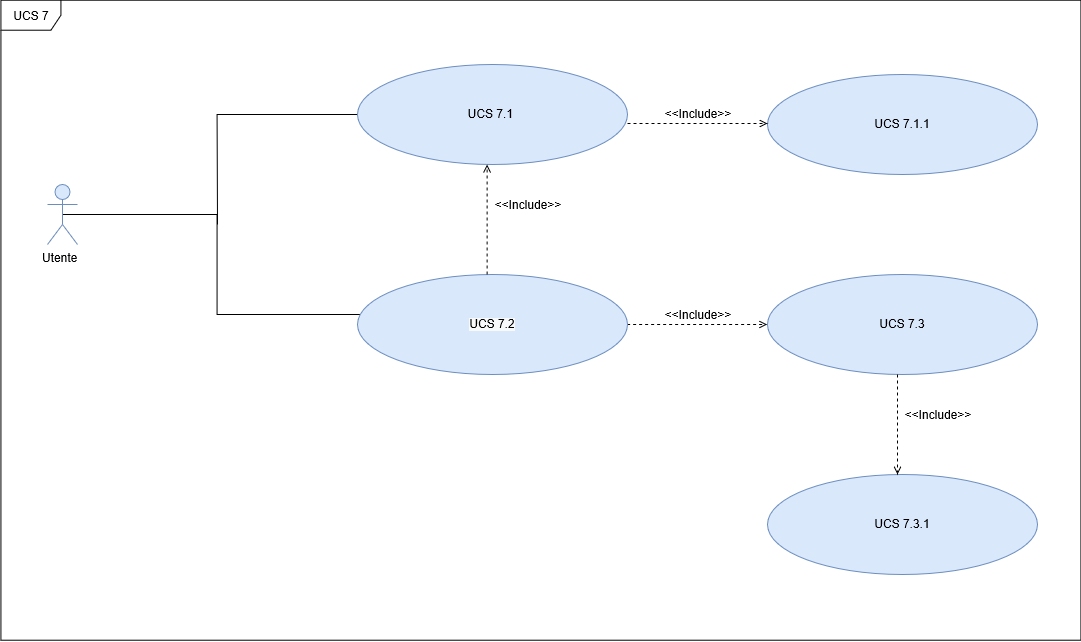
This is DocumentazioneEsterna/AnalisiRequisiti/sezioni/UseCase/Immagini/UCS7.png from qb-team/Stalker-Documentazione, a draw.io export, as it was before one commit. Source tidied: cells renumbered, new cells last; positions are measured from the earlier drawing's top-left corner, leaving out a move shared by most shapes. Its diagram source:
```xml
<mxGraphModel background="#ffffff">
  <root>
    <mxCell id="0" />
    <mxCell id="1" parent="0" />
    <mxCell id="2" value="UCS 7" style="shape=umlFrame;whiteSpace=wrap;html=1;" parent="1" vertex="1">
      <mxGeometry x="0.4" y="-0.3" width="1080" height="640" as="geometry" />
    </mxCell>
    <mxCell id="3" style="edgeStyle=orthogonalEdgeStyle;rounded=0;jettySize=auto;html=1;exitX=0.5;exitY=0.5;exitDx=0;exitDy=0;exitPerimeter=0;endArrow=none;endFill=0;" parent="1" edge="1" source="4" target="8">
      <mxGeometry relative="1" as="geometry">
        <Array as="points">
          <mxPoint x="217" y="214" />
          <mxPoint x="217" y="314" />
        </Array>
      </mxGeometry>
    </mxCell>
    <mxCell id="4" value="Utente&amp;nbsp;" style="shape=umlActor;verticalLabelPosition=bottom;labelBackgroundColor=#ffffff;verticalAlign=top;html=1;fillColor=#dae8fc;strokeColor=#6c8ebf;" parent="1" vertex="1">
      <mxGeometry x="47" y="184" width="30" height="60" as="geometry" />
    </mxCell>
    <mxCell id="5" style="edgeStyle=orthogonalEdgeStyle;rounded=0;jettySize=auto;html=1;exitX=0;exitY=0.5;exitDx=0;exitDy=0;endArrow=none;endFill=0;" parent="1" edge="1" source="6">
      <mxGeometry relative="1" as="geometry">
        <mxPoint x="217" y="224" as="targetPoint" />
      </mxGeometry>
    </mxCell>
    <mxCell id="6" value="UCS 7.1&amp;nbsp;" style="ellipse;whiteSpace=wrap;html=1;fillColor=#dae8fc;strokeColor=#6c8ebf;" parent="1" vertex="1">
      <mxGeometry x="357" y="64" width="270" height="100" as="geometry" />
    </mxCell>
    <mxCell id="7" style="edgeStyle=orthogonalEdgeStyle;rounded=0;jettySize=auto;html=1;exitX=1;exitY=0.5;exitDx=0;exitDy=0;entryX=0;entryY=0.5;entryDx=0;entryDy=0;dashed=1;startArrow=none;startFill=0;endArrow=open;endFill=0;" parent="1" edge="1" source="8" target="10">
      <mxGeometry relative="1" as="geometry" />
    </mxCell>
    <mxCell id="8" value="&lt;span style=&quot;display: inline ; float: none ; background-color: rgb(248 , 249 , 250) ; color: rgb(0 , 0 , 0) ; font-family: &amp;#34;helvetica&amp;#34; ; font-size: 12px ; font-style: normal ; font-variant: normal ; font-weight: normal ; letter-spacing: normal ; line-height: 1.2 ; overflow-wrap: normal ; text-align: center ; text-decoration: none ; text-indent: 0px ; text-transform: none ; white-space: normal ; word-spacing: 0px&quot;&gt;UCS 7.2&lt;/span&gt;" style="ellipse;whiteSpace=wrap;html=1;fillColor=#dae8fc;strokeColor=#6c8ebf;" parent="1" vertex="1">
      <mxGeometry x="357" y="274" width="270" height="100" as="geometry" />
    </mxCell>
    <mxCell id="9" value="UCS 7.1.1" style="ellipse;whiteSpace=wrap;html=1;fillColor=#dae8fc;strokeColor=#6c8ebf;" parent="1" vertex="1">
      <mxGeometry x="767" y="74" width="270" height="100" as="geometry" />
    </mxCell>
    <mxCell id="10" value="UCS 7.3" style="ellipse;whiteSpace=wrap;html=1;fillColor=#dae8fc;strokeColor=#6c8ebf;" parent="1" vertex="1">
      <mxGeometry x="767" y="274" width="270" height="100" as="geometry" />
    </mxCell>
    <mxCell id="11" value="&amp;lt;&amp;lt;Include&amp;gt;&amp;gt;" style="text;html=1;strokeColor=none;fillColor=none;align=center;verticalAlign=middle;whiteSpace=wrap;rounded=0;" parent="1" vertex="1">
      <mxGeometry x="677" y="304" width="40" height="20" as="geometry" />
    </mxCell>
    <mxCell id="12" value="UCS 7.3.1" style="ellipse;whiteSpace=wrap;html=1;fillColor=#dae8fc;strokeColor=#6c8ebf;" parent="1" vertex="1">
      <mxGeometry x="767" y="474" width="270" height="100" as="geometry" />
    </mxCell>
    <mxCell id="13" style="edgeStyle=orthogonalEdgeStyle;rounded=0;orthogonalLoop=1;jettySize=auto;html=1;exitX=1;exitY=0.5;exitDx=0;exitDy=0;entryX=0;entryY=0.5;entryDx=0;entryDy=0;dashed=1;startArrow=none;startFill=0;endArrow=open;endFill=0;" parent="1" edge="1">
      <mxGeometry relative="1" as="geometry">
        <mxPoint x="627" y="123" as="sourcePoint" />
        <mxPoint x="767" y="123" as="targetPoint" />
      </mxGeometry>
    </mxCell>
    <mxCell id="14" value="&amp;lt;&amp;lt;Include&amp;gt;&amp;gt;" style="text;html=1;strokeColor=none;fillColor=none;align=center;verticalAlign=middle;whiteSpace=wrap;rounded=0;" parent="1" vertex="1">
      <mxGeometry x="677" y="103" width="40" height="20" as="geometry" />
    </mxCell>
    <mxCell id="15" style="edgeStyle=orthogonalEdgeStyle;rounded=0;orthogonalLoop=1;jettySize=auto;html=1;exitX=1;exitY=0.5;exitDx=0;exitDy=0;dashed=1;startArrow=none;startFill=0;endArrow=open;endFill=0;" parent="1" edge="1">
      <mxGeometry relative="1" as="geometry">
        <mxPoint x="897" y="374" as="sourcePoint" />
        <mxPoint x="897" y="474" as="targetPoint" />
      </mxGeometry>
    </mxCell>
    <mxCell id="16" value="&amp;lt;&amp;lt;Include&amp;gt;&amp;gt;" style="text;html=1;strokeColor=none;fillColor=none;align=center;verticalAlign=middle;whiteSpace=wrap;rounded=0;" parent="1" vertex="1">
      <mxGeometry x="917" y="404" width="40" height="20" as="geometry" />
    </mxCell>
    <mxCell id="17" value="&amp;lt;&amp;lt;Include&amp;gt;&amp;gt;" style="text;html=1;strokeColor=none;fillColor=none;align=center;verticalAlign=middle;whiteSpace=wrap;rounded=0;" parent="1" vertex="1">
      <mxGeometry x="507" y="194" width="40" height="20" as="geometry" />
    </mxCell>
    <mxCell id="18" style="edgeStyle=orthogonalEdgeStyle;rounded=0;jettySize=auto;html=1;dashed=1;startArrow=none;startFill=0;endArrow=open;endFill=0;exitX=0.48;exitY=-0.007;exitDx=0;exitDy=0;exitPerimeter=0;" parent="1" edge="1" source="8">
      <mxGeometry relative="1" as="geometry">
        <mxPoint x="487" y="164" as="targetPoint" />
        <Array as="points">
          <mxPoint x="487" y="164" />
        </Array>
      </mxGeometry>
    </mxCell>
  </root>
</mxGraphModel>
```
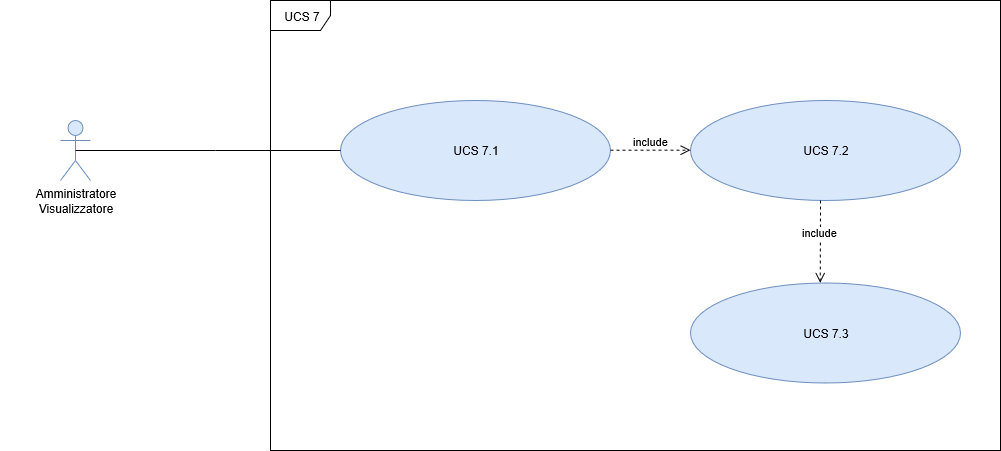
Above is the later version.

What changed in the source:
```diff
@@ -3,73 +3,40 @@
     <mxCell id="0" />
     <mxCell id="1" parent="0" />
     <mxCell id="2" value="UCS 7" style="shape=umlFrame;whiteSpace=wrap;html=1;" parent="1" vertex="1">
-      <mxGeometry x="0.4" y="-0.3" width="1080" height="640" as="geometry" />
+      <mxGeometry x="257" y="64" width="730" height="450" as="geometry" />
     </mxCell>
-    <mxCell id="3" style="edgeStyle=orthogonalEdgeStyle;rounded=0;jettySize=auto;html=1;exitX=0.5;exitY=0.5;exitDx=0;exitDy=0;exitPerimeter=0;endArrow=none;endFill=0;" parent="1" edge="1" source="4" target="8">
-      <mxGeometry relative="1" as="geometry">
-        <Array as="points">
-          <mxPoint x="217" y="214" />
-          <mxPoint x="217" y="314" />
-        </Array>
-      </mxGeometry>
-    </mxCell>
-    <mxCell id="4" value="Utente&amp;nbsp;" style="shape=umlActor;verticalLabelPosition=bottom;labelBackgroundColor=#ffffff;verticalAlign=top;html=1;fillColor=#dae8fc;strokeColor=#6c8ebf;" parent="1" vertex="1">
+    <mxCell id="4" value="&lt;div style=&quot;line-height: 120%&quot;&gt;&lt;/div&gt;" style="shape=umlActor;verticalLabelPosition=bottom;labelBackgroundColor=#ffffff;verticalAlign=top;html=1;fillColor=#dae8fc;strokeColor=#6c8ebf;" parent="1" vertex="1">
       <mxGeometry x="47" y="184" width="30" height="60" as="geometry" />
     </mxCell>
-    <mxCell id="5" style="edgeStyle=orthogonalEdgeStyle;rounded=0;jettySize=auto;html=1;exitX=0;exitY=0.5;exitDx=0;exitDy=0;endArrow=none;endFill=0;" parent="1" edge="1" source="6">
-      <mxGeometry relative="1" as="geometry">
-        <mxPoint x="217" y="224" as="targetPoint" />
-      </mxGeometry>
-    </mxCell>
-    <mxCell id="6" value="UCS 7.1&amp;nbsp;" style="ellipse;whiteSpace=wrap;html=1;fillColor=#dae8fc;strokeColor=#6c8ebf;" parent="1" vertex="1">
-      <mxGeometry x="357" y="64" width="270" height="100" as="geometry" />
-    </mxCell>
-    <mxCell id="7" style="edgeStyle=orthogonalEdgeStyle;rounded=0;jettySize=auto;html=1;exitX=1;exitY=0.5;exitDx=0;exitDy=0;entryX=0;entryY=0.5;entryDx=0;entryDy=0;dashed=1;startArrow=none;startFill=0;endArrow=open;endFill=0;" parent="1" edge="1" source="8" target="10">
-      <mxGeometry relative="1" as="geometry" />
-    </mxCell>
-    <mxCell id="8" value="&lt;span style=&quot;display: inline ; float: none ; background-color: rgb(248 , 249 , 250) ; color: rgb(0 , 0 , 0) ; font-family: &amp;#34;helvetica&amp;#34; ; font-size: 12px ; font-style: normal ; font-variant: normal ; font-weight: normal ; letter-spacing: normal ; line-height: 1.2 ; overflow-wrap: normal ; text-align: center ; text-decoration: none ; text-indent: 0px ; text-transform: none ; white-space: normal ; word-spacing: 0px&quot;&gt;UCS 7.2&lt;/span&gt;" style="ellipse;whiteSpace=wrap;html=1;fillColor=#dae8fc;strokeColor=#6c8ebf;" parent="1" vertex="1">
-      <mxGeometry x="357" y="274" width="270" height="100" as="geometry" />
-    </mxCell>
-    <mxCell id="9" value="UCS 7.1.1" style="ellipse;whiteSpace=wrap;html=1;fillColor=#dae8fc;strokeColor=#6c8ebf;" parent="1" vertex="1">
-      <mxGeometry x="767" y="74" width="270" height="100" as="geometry" />
+    <mxCell id="9" value="UCS 7.1" style="ellipse;whiteSpace=wrap;html=1;fillColor=#dae8fc;strokeColor=#6c8ebf;" parent="1" vertex="1">
+      <mxGeometry x="327" y="164" width="270" height="100" as="geometry" />
     </mxCell>
-    <mxCell id="10" value="UCS 7.3" style="ellipse;whiteSpace=wrap;html=1;fillColor=#dae8fc;strokeColor=#6c8ebf;" parent="1" vertex="1">
-      <mxGeometry x="767" y="274" width="270" height="100" as="geometry" />
+    <mxCell id="10" value="UCS 7.2" style="ellipse;whiteSpace=wrap;html=1;fillColor=#dae8fc;strokeColor=#6c8ebf;" parent="1" vertex="1">
+      <mxGeometry x="677" y="164" width="270" height="100" as="geometry" />
     </mxCell>
-    <mxCell id="11" value="&amp;lt;&amp;lt;Include&amp;gt;&amp;gt;" style="text;html=1;strokeColor=none;fillColor=none;align=center;verticalAlign=middle;whiteSpace=wrap;rounded=0;" parent="1" vertex="1">
-      <mxGeometry x="677" y="304" width="40" height="20" as="geometry" />
-    </mxCell>
-    <mxCell id="12" value="UCS 7.3.1" style="ellipse;whiteSpace=wrap;html=1;fillColor=#dae8fc;strokeColor=#6c8ebf;" parent="1" vertex="1">
-      <mxGeometry x="767" y="474" width="270" height="100" as="geometry" />
-    </mxCell>
-    <mxCell id="13" style="edgeStyle=orthogonalEdgeStyle;rounded=0;orthogonalLoop=1;jettySize=auto;html=1;exitX=1;exitY=0.5;exitDx=0;exitDy=0;entryX=0;entryY=0.5;entryDx=0;entryDy=0;dashed=1;startArrow=none;startFill=0;endArrow=open;endFill=0;" parent="1" edge="1">
-      <mxGeometry relative="1" as="geometry">
-        <mxPoint x="627" y="123" as="sourcePoint" />
-        <mxPoint x="767" y="123" as="targetPoint" />
-      </mxGeometry>
-    </mxCell>
-    <mxCell id="14" value="&amp;lt;&amp;lt;Include&amp;gt;&amp;gt;" style="text;html=1;strokeColor=none;fillColor=none;align=center;verticalAlign=middle;whiteSpace=wrap;rounded=0;" parent="1" vertex="1">
-      <mxGeometry x="677" y="103" width="40" height="20" as="geometry" />
-    </mxCell>
-    <mxCell id="15" style="edgeStyle=orthogonalEdgeStyle;rounded=0;orthogonalLoop=1;jettySize=auto;html=1;exitX=1;exitY=0.5;exitDx=0;exitDy=0;dashed=1;startArrow=none;startFill=0;endArrow=open;endFill=0;" parent="1" edge="1">
-      <mxGeometry relative="1" as="geometry">
-        <mxPoint x="897" y="374" as="sourcePoint" />
-        <mxPoint x="897" y="474" as="targetPoint" />
-      </mxGeometry>
-    </mxCell>
-    <mxCell id="16" value="&amp;lt;&amp;lt;Include&amp;gt;&amp;gt;" style="text;html=1;strokeColor=none;fillColor=none;align=center;verticalAlign=middle;whiteSpace=wrap;rounded=0;" parent="1" vertex="1">
-      <mxGeometry x="917" y="404" width="40" height="20" as="geometry" />
-    </mxCell>
-    <mxCell id="17" value="&amp;lt;&amp;lt;Include&amp;gt;&amp;gt;" style="text;html=1;strokeColor=none;fillColor=none;align=center;verticalAlign=middle;whiteSpace=wrap;rounded=0;" parent="1" vertex="1">
-      <mxGeometry x="507" y="194" width="40" height="20" as="geometry" />
-    </mxCell>
-    <mxCell id="18" style="edgeStyle=orthogonalEdgeStyle;rounded=0;jettySize=auto;html=1;dashed=1;startArrow=none;startFill=0;endArrow=open;endFill=0;exitX=0.48;exitY=-0.007;exitDx=0;exitDy=0;exitPerimeter=0;" parent="1" edge="1" source="8">
-      <mxGeometry relative="1" as="geometry">
-        <mxPoint x="487" y="164" as="targetPoint" />
-        <Array as="points">
-          <mxPoint x="487" y="164" />
-        </Array>
-      </mxGeometry>
-    </mxCell>
+    <mxCell id="19" style="line;strokeWidth=1;fillColor=none;align=left;verticalAlign=middle;spacingTop=-1;spacingLeft=3;spacingRight=3;labelPosition=right;" parent="1" vertex="1">
+      <mxGeometry x="62" y="210" width="140" height="8" as="geometry" />
+    </mxCell>
+    <mxCell id="20" style="line;strokeWidth=1;fillColor=none;align=left;verticalAlign=middle;spacingTop=-1;spacingLeft=3;spacingRight=3;labelPosition=right;" parent="1" vertex="1">
+      <mxGeometry x="202" y="210" width="125" height="8" as="geometry" />
+    </mxCell>
+    <mxCell id="21" value="include" style="html=1;verticalAlign=bottom;endArrow=open;dashed=1;endSize=8;" parent="1" edge="1">
+      <mxGeometry relative="1" as="geometry">
+        <mxPoint x="597" y="213.7" as="sourcePoint" />
+        <mxPoint x="677" y="213.7" as="targetPoint" />
+      </mxGeometry>
+    </mxCell>
+    <mxCell id="22" value="include" style="html=1;verticalAlign=bottom;endArrow=open;dashed=1;endSize=8;entryX=0.753;entryY=0.731;entryDx=0;entryDy=0;entryPerimeter=0;" parent="1" edge="1">
+      <mxGeometry relative="1" as="geometry">
+        <mxPoint x="807" y="264" as="sourcePoint" />
+        <mxPoint x="806.7" y="346.3" as="targetPoint" />
+      </mxGeometry>
+    </mxCell>
+    <mxCell id="23" value="UCS 7.3" style="ellipse;whiteSpace=wrap;html=1;fillColor=#dae8fc;strokeColor=#6c8ebf;" parent="1" vertex="1">
+      <mxGeometry x="677" y="346.5" width="270" height="100" as="geometry" />
+    </mxCell>
+    <mxCell id="24" value="&lt;div style=&quot;color: rgb(0 , 0 , 0) ; font-family: &amp;#34;helvetica&amp;#34; ; font-size: 12px ; font-style: normal ; font-variant: normal ; font-weight: 400 ; letter-spacing: normal ; line-height: 120% ; text-align: center ; text-decoration: none ; text-indent: 0px ; text-transform: none ; white-space: nowrap ; word-spacing: 0px&quot;&gt;Amministratore&lt;/div&gt;&lt;div style=&quot;color: rgb(0 , 0 , 0) ; font-family: &amp;#34;helvetica&amp;#34; ; font-size: 12px ; font-style: normal ; font-variant: normal ; font-weight: 400 ; letter-spacing: normal ; line-height: 120% ; text-align: center ; text-decoration: none ; text-indent: 0px ; text-transform: none ; white-space: nowrap ; word-spacing: 0px&quot;&gt;&amp;nbsp;Visualizzatore&amp;nbsp;&lt;/div&gt;" style="text;html=1;strokeColor=none;fillColor=none;align=center;verticalAlign=middle;whiteSpace=wrap;rounded=0;" parent="1" vertex="1">
+      <mxGeometry x="-13" y="254" width="150" height="20" as="geometry" />
+    </mxCell>
   </root>
 </mxGraphModel>
```
